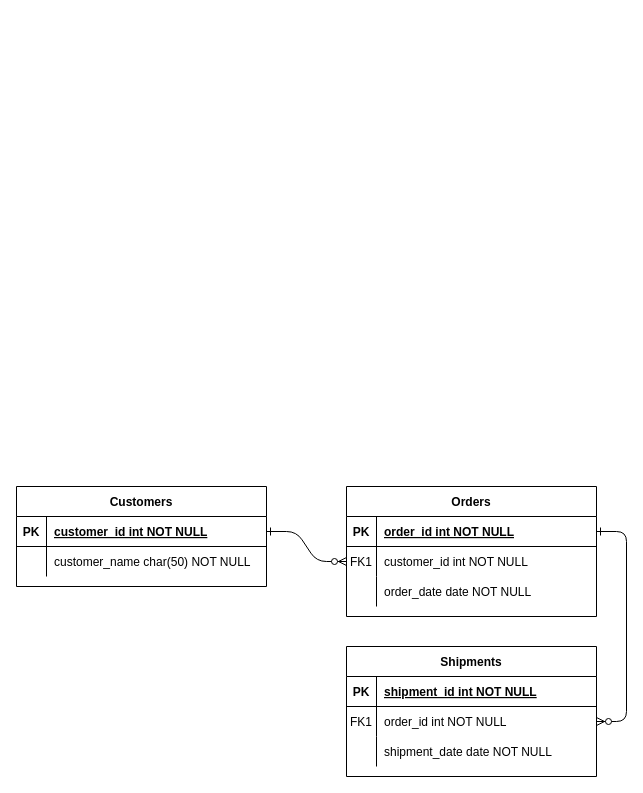
Earlier version of the draw.io diagram Untitled Diagram.drawio (HumnesaGudisa/Humnesa-git-2021-g). Source tidied: cells renumbered, new cells numbered last; positions are measured from the earlier drawing's top-left corner, leaving out a move shared by most shapes. Both pictures are drawn from the tidied source at 100%, with x=0, y=0 at pixel (16, 486).
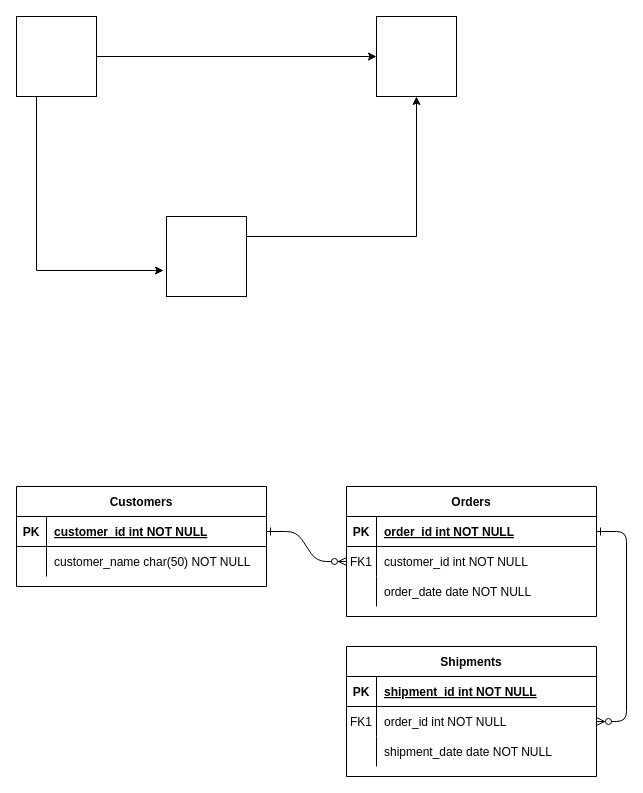
Above is the later version.

Commit message:
MONEY TRANSFER .ERD

Change to the diagram source:
```diff
@@
+    <mxCell id="31" style="edgeStyle=orthogonalEdgeStyle;rounded=0;jettySize=auto;html=1;exitX=1;exitY=0.5;exitDx=0;exitDy=0;entryX=0;entryY=0.5;entryDx=0;entryDy=0;" parent="1" edge="1" source="33" target="34">
+      <mxGeometry relative="1" as="geometry" />
+    </mxCell>
+    <mxCell id="32" style="edgeStyle=orthogonalEdgeStyle;rounded=0;jettySize=auto;html=1;entryX=-0.037;entryY=0.675;entryDx=0;entryDy=0;entryPerimeter=0;" parent="1" edge="1" source="33" target="36">
+      <mxGeometry relative="1" as="geometry">
+        <Array as="points">
+          <mxPoint x="20" y="-216" />
+        </Array>
+      </mxGeometry>
+    </mxCell>
+    <mxCell id="33" style="whiteSpace=wrap;html=1;" parent="1" vertex="1">
+      <mxGeometry y="-470" width="80" height="80" as="geometry" />
+    </mxCell>
+    <mxCell id="34" style="whiteSpace=wrap;html=1;" parent="1" vertex="1">
+      <mxGeometry x="360" y="-470" width="80" height="80" as="geometry" />
+    </mxCell>
+    <mxCell id="35" style="edgeStyle=orthogonalEdgeStyle;rounded=0;jettySize=auto;html=1;exitX=1;exitY=0.25;exitDx=0;exitDy=0;" parent="1" edge="1" source="36" target="34">
+      <mxGeometry relative="1" as="geometry" />
+    </mxCell>
+    <mxCell id="36" style="whiteSpace=wrap;html=1;" parent="1" vertex="1">
+      <mxGeometry x="150" y="-270" width="80" height="80" as="geometry" />
+    </mxCell>
```
